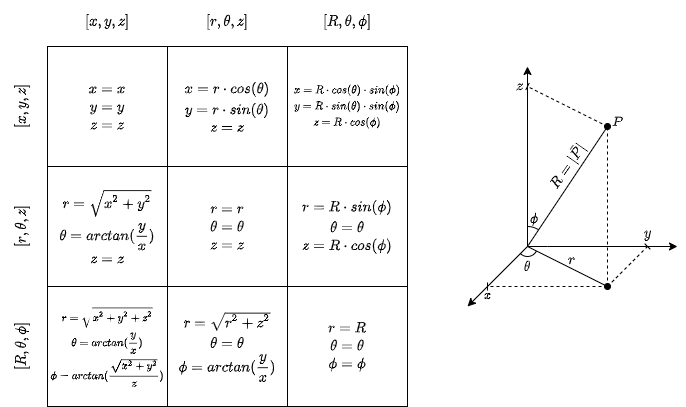
freshmanbasix/freshmanbasix.github.io keeps this draw.io diagram as rsc/calculus/geometry/coordinate-conversion-chart.png. Above is the earlier version. Source tidied: cells renumbered, new cells last; positions are measured from the earlier drawing's top-left corner, leaving out a move shared by most shapes.
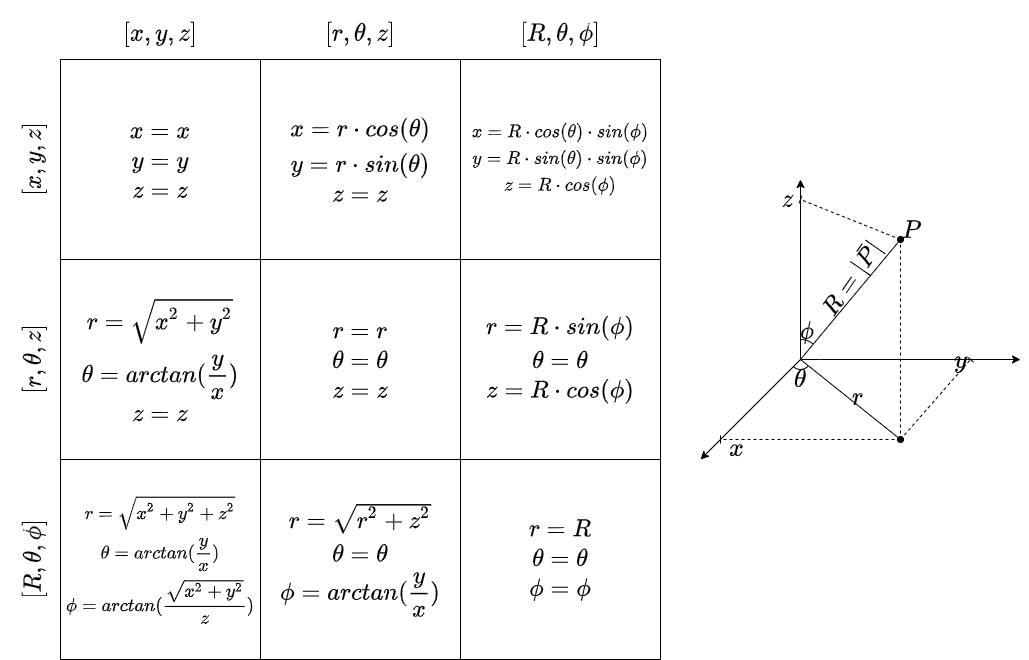
The same diagram one commit later.

Change to the diagram source:
```diff
@@ -2,154 +2,149 @@
   <root>
     <mxCell id="0" />
     <mxCell id="1" parent="0" />
-    <mxCell id="2" value="$$\theta$$" style="text;html=1;strokeColor=none;fillColor=none;align=center;verticalAlign=middle;whiteSpace=wrap;rounded=0;labelBorderColor=none;labelBackgroundColor=none;" parent="1" vertex="1">
-      <mxGeometry x="516" y="240" width="40" height="40" as="geometry" />
+    <mxCell id="2" value="$$\theta$$" style="text;html=1;strokeColor=none;fillColor=none;align=center;verticalAlign=middle;whiteSpace=wrap;rounded=0;labelBorderColor=none;labelBackgroundColor=none;fontSize=20;" parent="1" vertex="1">
+      <mxGeometry x="776" y="340" width="40" height="40" as="geometry" />
     </mxCell>
-    <mxCell id="3" value="$$\phi$$" style="text;html=1;strokeColor=none;fillColor=none;align=center;verticalAlign=middle;whiteSpace=wrap;rounded=0;labelBorderColor=none;labelBackgroundColor=none;" parent="1" vertex="1">
-      <mxGeometry x="523" y="193" width="40" height="40" as="geometry" />
+    <mxCell id="3" value="$$\phi$$" style="text;html=1;strokeColor=none;fillColor=none;align=center;verticalAlign=middle;whiteSpace=wrap;rounded=0;labelBorderColor=none;labelBackgroundColor=none;fontSize=20;" parent="1" vertex="1">
+      <mxGeometry x="783" y="293" width="40" height="40" as="geometry" />
     </mxCell>
-    <mxCell id="4" value="$$&lt;br&gt;x = x \\&amp;nbsp;&lt;br&gt;y = y \\&lt;br&gt;z = z&amp;nbsp;&lt;br&gt;$$" style="rounded=0;whiteSpace=wrap;html=1;spacingTop=0;spacingBottom=0;spacing=0;labelBorderColor=none;" parent="1" vertex="1">
-      <mxGeometry x="56" y="40" width="120" height="120" as="geometry" />
+    <mxCell id="4" value="$$&lt;br style=&quot;font-size: 20px;&quot;&gt;x = x \\&amp;nbsp;&lt;br style=&quot;font-size: 20px;&quot;&gt;y = y \\&lt;br style=&quot;font-size: 20px;&quot;&gt;z = z&amp;nbsp;&lt;br style=&quot;font-size: 20px;&quot;&gt;$$" style="rounded=0;whiteSpace=wrap;html=1;spacingTop=0;spacingBottom=0;spacing=0;labelBorderColor=none;fontSize=20;" parent="1" vertex="1">
+      <mxGeometry x="56" y="40" width="200" height="200" as="geometry" />
     </mxCell>
-    <mxCell id="5" value="$$&lt;br&gt;x = r \cdot cos (\theta)&lt;br&gt;\\y = r \cdot sin (\theta)&lt;br&gt;\\z = z&amp;nbsp;&lt;br&gt;$$" style="rounded=0;whiteSpace=wrap;html=1;spacingTop=0;spacingBottom=0;spacing=0;labelBorderColor=none;" parent="1" vertex="1">
-      <mxGeometry x="176" y="40" width="120" height="120" as="geometry" />
+    <mxCell id="5" value="$$&lt;br style=&quot;font-size: 20px;&quot;&gt;x = r \cdot cos (\theta)&lt;br style=&quot;font-size: 20px;&quot;&gt;\\y = r \cdot sin (\theta)&lt;br style=&quot;font-size: 20px;&quot;&gt;\\z = z&amp;nbsp;&lt;br style=&quot;font-size: 20px;&quot;&gt;$$" style="rounded=0;whiteSpace=wrap;html=1;spacingTop=0;spacingBottom=0;spacing=0;labelBorderColor=none;fontSize=20;" parent="1" vertex="1">
+      <mxGeometry x="256" y="40" width="200" height="200" as="geometry" />
     </mxCell>
-    <mxCell id="6" value="$$x = R \cdot cos (\theta) \cdot sin(\phi)&lt;br style=&quot;font-size: 9px&quot;&gt;\\y = R \cdot sin (\theta) \cdot sin(\phi)&lt;br style=&quot;font-size: 9px&quot;&gt;\\z = R \cdot cos (\phi)$$" style="rounded=0;whiteSpace=wrap;html=1;spacingTop=0;spacingBottom=0;spacing=0;labelBorderColor=none;fontSize=9;" parent="1" vertex="1">
-      <mxGeometry x="296" y="40" width="120" height="120" as="geometry" />
+    <mxCell id="6" value="$$x = R \cdot cos (\theta) \cdot sin(\phi)&lt;br style=&quot;font-size: 15px;&quot;&gt;\\y = R \cdot sin (\theta) \cdot sin(\phi)&lt;br style=&quot;font-size: 15px;&quot;&gt;\\z = R \cdot cos (\phi)$$" style="rounded=0;whiteSpace=wrap;html=1;spacingTop=0;spacingBottom=0;spacing=0;labelBorderColor=none;fontSize=15;" parent="1" vertex="1">
+      <mxGeometry x="456" y="40" width="200" height="200" as="geometry" />
     </mxCell>
-    <mxCell id="7" value="$$r = \sqrt{x^2 + y^2}&lt;br&gt;\\\theta = arctan(\frac{y}{x})&lt;br&gt;\\z = z$$" style="rounded=0;whiteSpace=wrap;html=1;spacingTop=0;spacingBottom=0;spacing=0;labelBorderColor=none;" parent="1" vertex="1">
-      <mxGeometry x="56" y="160" width="120" height="120" as="geometry" />
+    <mxCell id="7" value="$$r = \sqrt{x^2 + y^2}&lt;br style=&quot;font-size: 20px;&quot;&gt;\\\theta = arctan(\frac{y}{x})&lt;br style=&quot;font-size: 20px;&quot;&gt;\\z = z$$" style="rounded=0;whiteSpace=wrap;html=1;spacingTop=0;spacingBottom=0;spacing=0;labelBorderColor=none;fontSize=20;" parent="1" vertex="1">
+      <mxGeometry x="56" y="240" width="200" height="200" as="geometry" />
     </mxCell>
-    <mxCell id="8" value="$$r = r&lt;br&gt;\\\theta = \theta&lt;br&gt;\\z = z$$" style="rounded=0;whiteSpace=wrap;html=1;spacingTop=0;spacingBottom=0;spacing=0;labelBorderColor=none;" parent="1" vertex="1">
-      <mxGeometry x="176" y="160" width="120" height="120" as="geometry" />
+    <mxCell id="8" value="$$r = r&lt;br style=&quot;font-size: 20px;&quot;&gt;\\\theta = \theta&lt;br style=&quot;font-size: 20px;&quot;&gt;\\z = z$$" style="rounded=0;whiteSpace=wrap;html=1;spacingTop=0;spacingBottom=0;spacing=0;labelBorderColor=none;fontSize=20;" parent="1" vertex="1">
+      <mxGeometry x="256" y="240" width="200" height="200" as="geometry" />
     </mxCell>
-    <mxCell id="9" value="$$r = R \cdot sin(\phi)&lt;br&gt;\\\theta = \theta&lt;br&gt;\\z = R \cdot cos(\phi)$$" style="rounded=0;whiteSpace=wrap;html=1;spacingTop=0;spacingBottom=0;spacing=0;labelBorderColor=none;" parent="1" vertex="1">
-      <mxGeometry x="296" y="160" width="120" height="120" as="geometry" />
+    <mxCell id="9" value="$$r = R \cdot sin(\phi)&lt;br style=&quot;font-size: 20px;&quot;&gt;\\\theta = \theta&lt;br style=&quot;font-size: 20px;&quot;&gt;\\z = R \cdot cos(\phi)$$" style="rounded=0;whiteSpace=wrap;html=1;spacingTop=0;spacingBottom=0;spacing=0;labelBorderColor=none;fontSize=20;" parent="1" vertex="1">
+      <mxGeometry x="456" y="240" width="200" height="200" as="geometry" />
     </mxCell>
-    <mxCell id="10" value="$$r = \sqrt{x^2 + y^2 + z^2}&lt;br style=&quot;font-size: 9px;&quot;&gt;\\\theta = arctan(\frac{y}{x})&lt;br style=&quot;font-size: 9px;&quot;&gt;\\\phi = arctan(\frac{\sqrt{x^2+ y^2}}{z})$$" style="rounded=0;whiteSpace=wrap;html=1;spacingTop=0;spacingBottom=0;spacing=0;labelBorderColor=none;fontSize=9;" parent="1" vertex="1">
-      <mxGeometry x="56" y="280" width="120" height="120" as="geometry" />
+    <mxCell id="10" value="$$r = \sqrt{x^2 + y^2 + z^2}&lt;br style=&quot;font-size: 15px;&quot;&gt;\\\theta = arctan(\frac{y}{x})&lt;br style=&quot;font-size: 15px;&quot;&gt;\\\phi = arctan(\frac{\sqrt{x^2+ y^2}}{z})$$" style="rounded=0;whiteSpace=wrap;html=1;spacingTop=0;spacingBottom=0;spacing=0;labelBorderColor=none;fontSize=15;" parent="1" vertex="1">
+      <mxGeometry x="56" y="440" width="200" height="200" as="geometry" />
     </mxCell>
-    <mxCell id="11" value="$$r = \sqrt{r^2 + z^2}&lt;br&gt;\\\theta = \theta&lt;br&gt;\\\phi = arctan(\frac{y}{x})$$" style="rounded=0;whiteSpace=wrap;html=1;spacingTop=0;spacingBottom=0;spacing=0;labelBorderColor=none;" parent="1" vertex="1">
-      <mxGeometry x="176" y="280" width="120" height="120" as="geometry" />
+    <mxCell id="11" value="$$r = \sqrt{r^2 + z^2}&lt;br style=&quot;font-size: 20px;&quot;&gt;\\\theta = \theta&lt;br style=&quot;font-size: 20px;&quot;&gt;\\\phi = arctan(\frac{y}{x})$$" style="rounded=0;whiteSpace=wrap;html=1;spacingTop=0;spacingBottom=0;spacing=0;labelBorderColor=none;fontSize=20;" parent="1" vertex="1">
+      <mxGeometry x="256" y="440" width="200" height="200" as="geometry" />
     </mxCell>
-    <mxCell id="12" value="$$r = R&lt;br&gt;\\\theta = \theta&lt;br&gt;\\\phi =\phi$$" style="rounded=0;whiteSpace=wrap;html=1;spacingTop=0;spacingBottom=0;spacing=0;labelBorderColor=none;" parent="1" vertex="1">
-      <mxGeometry x="296" y="280" width="120" height="120" as="geometry" />
+    <mxCell id="12" value="$$r = R&lt;br style=&quot;font-size: 20px;&quot;&gt;\\\theta = \theta&lt;br style=&quot;font-size: 20px;&quot;&gt;\\\phi =\phi$$" style="rounded=0;whiteSpace=wrap;html=1;spacingTop=0;spacingBottom=0;spacing=0;labelBorderColor=none;fontSize=20;" parent="1" vertex="1">
+      <mxGeometry x="456" y="440" width="200" height="200" as="geometry" />
     </mxCell>
-    <mxCell id="13" value="$$[x, y, z]$$" style="text;html=1;strokeColor=none;fillColor=none;align=center;verticalAlign=middle;whiteSpace=wrap;rounded=0;labelBorderColor=none;rotation=-90;" parent="1" vertex="1">
-      <mxGeometry y="85" width="60" height="30" as="geometry" />
+    <mxCell id="13" value="$$[x, y, z]$$" style="text;html=1;strokeColor=none;fillColor=none;align=center;verticalAlign=middle;whiteSpace=wrap;rounded=0;labelBorderColor=none;rotation=-90;fontSize=20;" parent="1" vertex="1">
+      <mxGeometry y="125" width="60" height="30" as="geometry" />
     </mxCell>
-    <mxCell id="14" value="$$[x, y, z]$$" style="text;html=1;strokeColor=none;fillColor=none;align=center;verticalAlign=middle;whiteSpace=wrap;rounded=0;labelBorderColor=none;rotation=0;" parent="1" vertex="1">
-      <mxGeometry x="86" width="60" height="30" as="geometry" />
+    <mxCell id="14" value="$$[x, y, z]$$" style="text;html=1;strokeColor=none;fillColor=none;align=center;verticalAlign=middle;whiteSpace=wrap;rounded=0;labelBorderColor=none;rotation=0;fontSize=20;" parent="1" vertex="1">
+      <mxGeometry x="126" width="60" height="30" as="geometry" />
     </mxCell>
-    <mxCell id="15" value="$$[r, \theta, z]$$" style="text;html=1;strokeColor=none;fillColor=none;align=center;verticalAlign=middle;whiteSpace=wrap;rounded=0;labelBorderColor=none;rotation=0;" parent="1" vertex="1">
-      <mxGeometry x="206" width="60" height="30" as="geometry" />
+    <mxCell id="15" value="$$[r, \theta, z]$$" style="text;html=1;strokeColor=none;fillColor=none;align=center;verticalAlign=middle;whiteSpace=wrap;rounded=0;labelBorderColor=none;rotation=0;fontSize=20;" parent="1" vertex="1">
+      <mxGeometry x="326" width="60" height="30" as="geometry" />
     </mxCell>
-    <mxCell id="16" value="$$[R, \theta, \phi]$$" style="text;html=1;strokeColor=none;fillColor=none;align=center;verticalAlign=middle;whiteSpace=wrap;rounded=0;labelBorderColor=none;rotation=0;" parent="1" vertex="1">
-      <mxGeometry x="326" width="60" height="30" as="geometry" />
+    <mxCell id="16" value="$$[R, \theta, \phi]$$" style="text;html=1;strokeColor=none;fillColor=none;align=center;verticalAlign=middle;whiteSpace=wrap;rounded=0;labelBorderColor=none;rotation=0;fontSize=20;" parent="1" vertex="1">
+      <mxGeometry x="526" width="60" height="30" as="geometry" />
     </mxCell>
-    <mxCell id="17" value="$$[r, \theta, z]$$" style="text;html=1;strokeColor=none;fillColor=none;align=center;verticalAlign=middle;whiteSpace=wrap;rounded=0;labelBorderColor=none;rotation=-90;" parent="1" vertex="1">
-      <mxGeometry y="205" width="60" height="30" as="geometry" />
+    <mxCell id="17" value="$$[r, \theta, z]$$" style="text;html=1;strokeColor=none;fillColor=none;align=center;verticalAlign=middle;whiteSpace=wrap;rounded=0;labelBorderColor=none;rotation=-90;fontSize=20;" parent="1" vertex="1">
+      <mxGeometry y="325" width="60" height="30" as="geometry" />
     </mxCell>
-    <mxCell id="18" value="$$[R, \theta, \phi]$$" style="text;html=1;strokeColor=none;fillColor=none;align=center;verticalAlign=middle;whiteSpace=wrap;rounded=0;labelBorderColor=none;rotation=-90;" parent="1" vertex="1">
-      <mxGeometry y="325" width="60" height="30" as="geometry" />
+    <mxCell id="18" value="$$[R, \theta, \phi]$$" style="text;html=1;strokeColor=none;fillColor=none;align=center;verticalAlign=middle;whiteSpace=wrap;rounded=0;labelBorderColor=none;rotation=-90;fontSize=20;" parent="1" vertex="1">
+      <mxGeometry y="525" width="60" height="30" as="geometry" />
     </mxCell>
-    <mxCell id="19" style="endArrow=classic;html=1;rounded=0;labelBackgroundColor=none;" parent="1" edge="1">
+    <mxCell id="19" style="endArrow=classic;html=1;rounded=0;labelBackgroundColor=none;fontSize=20;" parent="1" edge="1">
       <mxGeometry relative="1" as="geometry">
-        <mxPoint x="536" y="240" as="sourcePoint" />
-        <mxPoint x="536" y="60" as="targetPoint" />
+        <mxPoint x="796" y="340" as="sourcePoint" />
+        <mxPoint x="796" y="160" as="targetPoint" />
       </mxGeometry>
     </mxCell>
-    <mxCell id="20" style="endArrow=classic;html=1;rounded=0;startArrow=none;labelBackgroundColor=none;" parent="1" edge="1" source="32">
+    <mxCell id="20" style="endArrow=classic;html=1;rounded=0;startArrow=none;labelBackgroundColor=none;fontSize=20;" parent="1" edge="1" source="32">
       <mxGeometry relative="1" as="geometry">
-        <mxPoint x="686" y="240" as="targetPoint" />
+        <mxPoint x="1016" y="340" as="targetPoint" />
       </mxGeometry>
     </mxCell>
-    <mxCell id="21" style="endArrow=classic;html=1;rounded=0;labelBackgroundColor=none;" parent="1" edge="1">
+    <mxCell id="21" style="endArrow=classic;html=1;rounded=0;labelBackgroundColor=none;fontSize=20;" parent="1" edge="1">
       <mxGeometry relative="1" as="geometry">
-        <mxPoint x="536" y="240" as="sourcePoint" />
-        <mxPoint x="476" y="300" as="targetPoint" />
+        <mxPoint x="796" y="340" as="sourcePoint" />
+        <mxPoint x="696" y="440" as="targetPoint" />
       </mxGeometry>
     </mxCell>
-    <mxCell id="22" style="endArrow=oval;html=1;rounded=0;endFill=1;labelBackgroundColor=none;" parent="1" edge="1">
+    <mxCell id="22" style="endArrow=oval;html=1;rounded=0;endFill=1;labelBackgroundColor=none;fontSize=20;" parent="1" edge="1">
       <mxGeometry relative="1" as="geometry">
-        <mxPoint x="536" y="240" as="sourcePoint" />
-        <mxPoint x="616" y="120" as="targetPoint" />
+        <mxPoint x="796" y="340" as="sourcePoint" />
+        <mxPoint x="896" y="220" as="targetPoint" />
       </mxGeometry>
     </mxCell>
-    <mxCell id="23" value="$$P$$" style="edgeLabel;html=1;align=center;verticalAlign=middle;labelBackgroundColor=none;" parent="22" vertex="1">
+    <mxCell id="23" value="$$P$$" style="edgeLabel;html=1;align=center;verticalAlign=middle;labelBackgroundColor=none;fontSize=20;" parent="22" vertex="1">
       <mxGeometry x="0.75" y="-1" relative="1" as="geometry">
-        <mxPoint x="19" y="-20" as="offset" />
+        <mxPoint x="22" y="-25" as="offset" />
       </mxGeometry>
     </mxCell>
-    <mxCell id="24" value="$$R = |\bar{P}|$$" style="edgeLabel;html=1;align=center;verticalAlign=middle;fontSize=12;labelBackgroundColor=none;rotation=-55.1;" parent="22" vertex="1">
+    <mxCell id="24" value="$$R = |\bar{P}|$$" style="edgeLabel;html=1;align=center;verticalAlign=middle;fontSize=20;labelBackgroundColor=none;rotation=-55.1;" parent="22" vertex="1">
       <mxGeometry x="0.18" y="-1" relative="1" as="geometry">
         <mxPoint x="-8" y="-10" as="offset" />
       </mxGeometry>
     </mxCell>
-    <mxCell id="25" style="endArrow=none;html=1;rounded=0;endFill=0;dashed=1;labelBackgroundColor=none;" parent="1" edge="1">
+    <mxCell id="25" style="endArrow=none;html=1;rounded=0;endFill=0;dashed=1;labelBackgroundColor=none;fontSize=20;" parent="1" edge="1">
       <mxGeometry relative="1" as="geometry">
-        <mxPoint x="616" y="280" as="sourcePoint" />
-        <mxPoint x="616" y="120" as="targetPoint" />
+        <mxPoint x="896" y="420" as="sourcePoint" />
+        <mxPoint x="896" y="220" as="targetPoint" />
       </mxGeometry>
     </mxCell>
-    <mxCell id="26" style="endArrow=none;html=1;rounded=0;endFill=0;labelBackgroundColor=none;startArrow=oval;startFill=1;" parent="1" edge="1">
+    <mxCell id="26" style="endArrow=none;html=1;rounded=0;endFill=0;labelBackgroundColor=none;startArrow=oval;startFill=1;fontSize=20;" parent="1" edge="1">
       <mxGeometry relative="1" as="geometry">
-        <mxPoint x="616" y="280" as="sourcePoint" />
-        <mxPoint x="536" y="240" as="targetPoint" />
+        <mxPoint x="896" y="420" as="sourcePoint" />
+        <mxPoint x="796" y="340" as="targetPoint" />
       </mxGeometry>
     </mxCell>
-    <mxCell id="27" value="$$r$$" style="edgeLabel;html=1;align=center;verticalAlign=middle;fontSize=12;labelBackgroundColor=none;rotation=0;" parent="26" vertex="1">
+    <mxCell id="27" value="$$r$$" style="edgeLabel;html=1;align=center;verticalAlign=middle;fontSize=20;labelBackgroundColor=none;rotation=0;" parent="26" vertex="1">
       <mxGeometry x="-0.23" relative="1" as="geometry">
         <mxPoint x="-5" y="-11" as="offset" />
       </mxGeometry>
     </mxCell>
-    <mxCell id="28" style="endArrow=baseDash;html=1;rounded=0;endFill=0;dashed=1;labelBackgroundColor=none;" parent="1" edge="1">
+    <mxCell id="28" style="endArrow=baseDash;html=1;rounded=0;endFill=0;dashed=1;labelBackgroundColor=none;fontSize=20;" parent="1" edge="1">
       <mxGeometry relative="1" as="geometry">
-        <mxPoint x="616" y="280" as="sourcePoint" />
-        <mxPoint x="656" y="240" as="targetPoint" />
+        <mxPoint x="896" y="420" as="sourcePoint" />
+        <mxPoint x="966" y="340" as="targetPoint" />
       </mxGeometry>
     </mxCell>
-    <mxCell id="29" value="$$y$$" style="edgeLabel;html=1;align=center;verticalAlign=middle;fontSize=12;labelBackgroundColor=none;" parent="28" vertex="1">
+    <mxCell id="29" value="$$y$$" style="edgeLabel;html=1;align=center;verticalAlign=middle;fontSize=20;labelBackgroundColor=none;" parent="28" vertex="1">
       <mxGeometry x="0.33" y="-1" relative="1" as="geometry">
         <mxPoint x="12" y="-26" as="offset" />
       </mxGeometry>
     </mxCell>
-    <mxCell id="30" style="endArrow=baseDash;html=1;rounded=0;endFill=0;dashed=1;labelBackgroundColor=none;" parent="1" edge="1">
+    <mxCell id="30" style="endArrow=baseDash;html=1;rounded=0;endFill=0;dashed=1;labelBackgroundColor=none;fontSize=20;" parent="1" edge="1">
       <mxGeometry relative="1" as="geometry">
-        <mxPoint x="616" y="280" as="sourcePoint" />
-        <mxPoint x="496" y="280" as="targetPoint" />
+        <mxPoint x="896" y="420" as="sourcePoint" />
+        <mxPoint x="716" y="420" as="targetPoint" />
       </mxGeometry>
     </mxCell>
-    <mxCell id="31" value="&lt;span style=&quot;font-size: 11px;&quot;&gt;$$x$$&lt;/span&gt;" style="edgeLabel;html=1;align=center;verticalAlign=middle;fontSize=12;labelBackgroundColor=none;" parent="30" vertex="1">
+    <mxCell id="31" value="&lt;span style=&quot;font-size: 20px;&quot;&gt;$$x$$&lt;/span&gt;" style="edgeLabel;html=1;align=center;verticalAlign=middle;fontSize=20;labelBackgroundColor=none;" parent="30" vertex="1">
       <mxGeometry x="0.44" y="1" relative="1" as="geometry">
         <mxPoint x="-34" y="8" as="offset" />
       </mxGeometry>
     </mxCell>
-    <mxCell id="32" style="verticalLabelPosition=top;verticalAlign=bottom;html=1;shape=mxgraph.basic.arc;startAngle=0.9968173254495136;endAngle=0.09140345256385528;labelBorderColor=none;labelPosition=center;align=center;spacingTop=-19;labelBackgroundColor=none;" parent="1" vertex="1">
-      <mxGeometry x="516" y="220" width="40" height="40" as="geometry" />
+    <mxCell id="32" style="verticalLabelPosition=top;verticalAlign=bottom;html=1;shape=mxgraph.basic.arc;startAngle=0.9968173254495136;endAngle=0.10836625451173468;labelBorderColor=none;labelPosition=center;align=center;spacingTop=-19;labelBackgroundColor=none;fontSize=20;" parent="1" vertex="1">
+      <mxGeometry x="776" y="320" width="40" height="40" as="geometry" />
     </mxCell>
-    <mxCell id="33" style="endArrow=none;html=1;rounded=0;labelBackgroundColor=none;" parent="1" edge="1" target="32">
+    <mxCell id="33" style="endArrow=none;html=1;rounded=0;labelBackgroundColor=none;fontSize=20;" parent="1" edge="1" target="32">
       <mxGeometry relative="1" as="geometry">
-        <mxPoint x="536" y="240" as="sourcePoint" />
+        <mxPoint x="796" y="340" as="sourcePoint" />
       </mxGeometry>
     </mxCell>
-    <mxCell id="34" style="verticalLabelPosition=top;verticalAlign=bottom;html=1;shape=mxgraph.basic.arc;startAngle=0.8286132104611288;endAngle=0.12170760883716;labelBorderColor=none;labelPosition=center;align=center;spacingTop=-19;rotation=-180;labelBackgroundColor=none;gradientColor=none;" parent="1" vertex="1">
-      <mxGeometry x="526" y="230" width="20" height="20" as="geometry" />
+    <mxCell id="34" style="verticalLabelPosition=top;verticalAlign=bottom;html=1;shape=mxgraph.basic.arc;startAngle=0.8553512842362184;endAngle=0.12170760883716;labelBorderColor=none;labelPosition=center;align=center;spacingTop=-19;rotation=-180;labelBackgroundColor=none;gradientColor=none;fontSize=20;" parent="1" vertex="1">
+      <mxGeometry x="786" y="330" width="20" height="20" as="geometry" />
     </mxCell>
-    <mxCell id="35" style="endArrow=baseDash;html=1;rounded=0;endFill=0;labelBackgroundColor=none;startArrow=none;startFill=0;dashed=1;" parent="1" edge="1">
+    <mxCell id="35" style="endArrow=baseDash;html=1;rounded=0;endFill=0;labelBackgroundColor=none;startArrow=none;startFill=0;dashed=1;fontSize=20;" parent="1" edge="1">
       <mxGeometry relative="1" as="geometry">
-        <mxPoint x="616" y="120" as="sourcePoint" />
-        <mxPoint x="536" y="80" as="targetPoint" />
+        <mxPoint x="896" y="220" as="sourcePoint" />
+        <mxPoint x="796" y="180" as="targetPoint" />
       </mxGeometry>
     </mxCell>
-    <mxCell id="36" value="&lt;span style=&quot;color: rgba(0 , 0 , 0 , 0) ; font-family: monospace ; font-size: 0px&quot;&gt;%3CmxGraphModel%3E%3Croot%3E%3CmxCell%20id%3D%220%22%2F%3E%3CmxCell%20id%3D%221%22%20parent%3D%220%22%2F%3E%3CmxCell%20id%3D%222%22%20value%3D%22%22%20style%3D%22endArrow%3Dnone%3Bhtml%3D1%3Brounded%3D0%3BendFill%3D0%3BlabelBackgroundColor%3Dnone%3BstartArrow%3Doval%3BstartFill%3D1%3B%22%20edge%3D%221%22%20parent%3D%221%22%3E%3CmxGeometry%20width%3D%2250%22%20height%3D%2250%22%20relative%3D%221%22%20as%3D%22geometry%22%3E%3CmxPoint%20x%3D%22600%22%20y%3D%22280%22%20as%3D%22sourcePoint%22%2F%3E%3CmxPoint%20x%3D%22520%22%20y%3D%22240%22%20as%3D%22targetPoint%22%2F%3E%3C%2FmxGeometry%3E%3C%2FmxCell%3E%3CmxCell%20id%3D%223%22%20value%3D%22%24%24r%24%24%22%20style%3D%22edgeLabel%3Bhtml%3D1%3Balign%3Dcenter%3BverticalAlign%3Dmiddle%3Bresizable%3D0%3Bpoints%3D%5B%5D%3BfontSize%3D12%3BlabelBackgroundColor%3Dnone%3Brotation%3D30%3B%22%20vertex%3D%221%22%20connectable%3D%220%22%20parent%3D%222%22%3E%3CmxGeometry%20x%3D%22-0.231%22%20relative%3D%221%22%20as%3D%22geometry%22%3E%3CmxPoint%20x%3D%22-3%22%20y%3D%22-8%22%20as%3D%22offset%22%2F%3E%3C%2FmxGeometry%3E%3C%2FmxCell%3E%3C%2Froot%3E%3C%2FmxGraphModel%3E$$44&lt;/span&gt;" style="edgeLabel;html=1;align=center;verticalAlign=middle;fontSize=12;labelBackgroundColor=none;rotation=30;" parent="35" vertex="1">
-      <mxGeometry x="-0.23" relative="1" as="geometry">
-        <mxPoint x="-3" y="-8" as="offset" />
-      </mxGeometry>
-    </mxCell>
-    <mxCell id="37" value="$$z$$" style="edgeLabel;html=1;align=center;verticalAlign=middle;fontSize=12;labelBackgroundColor=none;" parent="35" vertex="1">
+    <mxCell id="37" value="$$z$$" style="edgeLabel;html=1;align=center;verticalAlign=middle;fontSize=20;labelBackgroundColor=none;" parent="35" vertex="1">
       <mxGeometry x="-0.35" y="-1" relative="1" as="geometry">
-        <mxPoint x="-63" y="-26" as="offset" />
+        <mxPoint x="-81" y="-26" as="offset" />
       </mxGeometry>
     </mxCell>
   </root>
```
